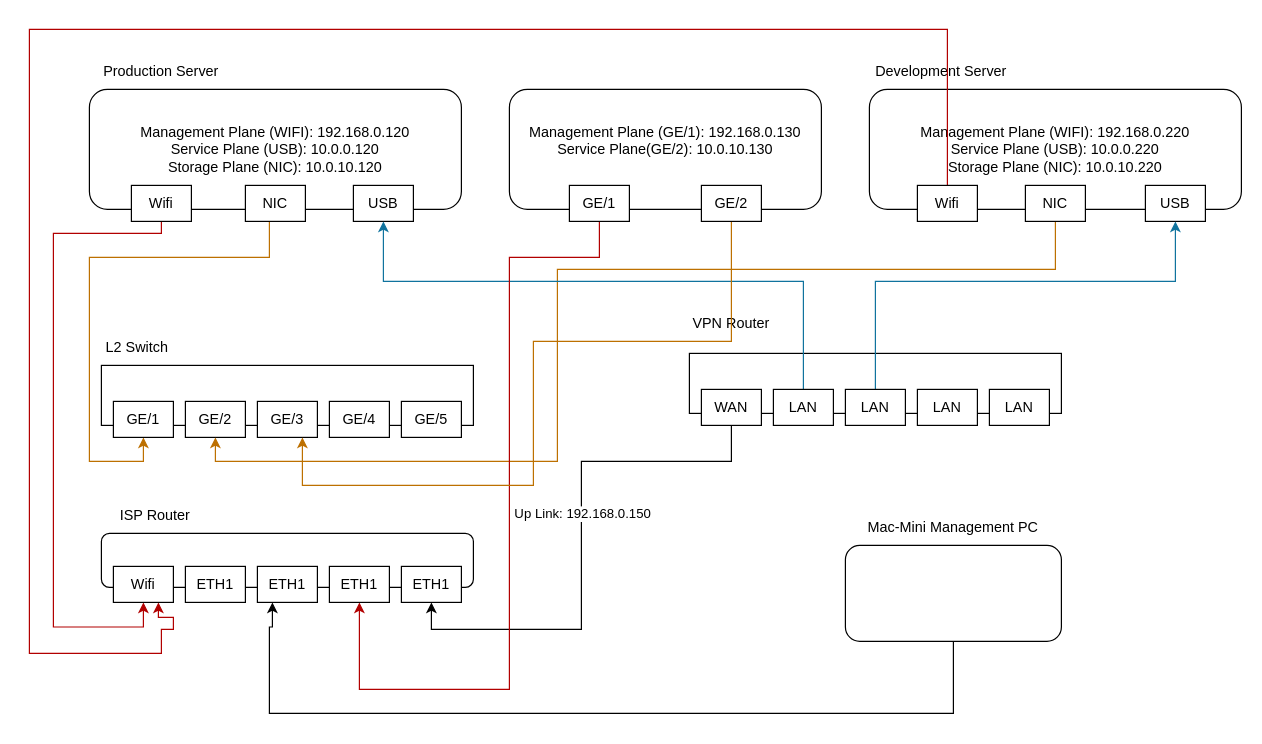
The draw.io diagram Untitled Diagram.drawio in mohamedsabry-dev/hybrid-cloud-infrastructure, before the edit. Source tidied: cells renumbered, new cells numbered last; positions are measured from the earlier drawing's top-left corner, leaving out a move shared by most shapes. Both pictures are drawn from the tidied source at 120%, with x=0, y=0 at pixel (29, 29).
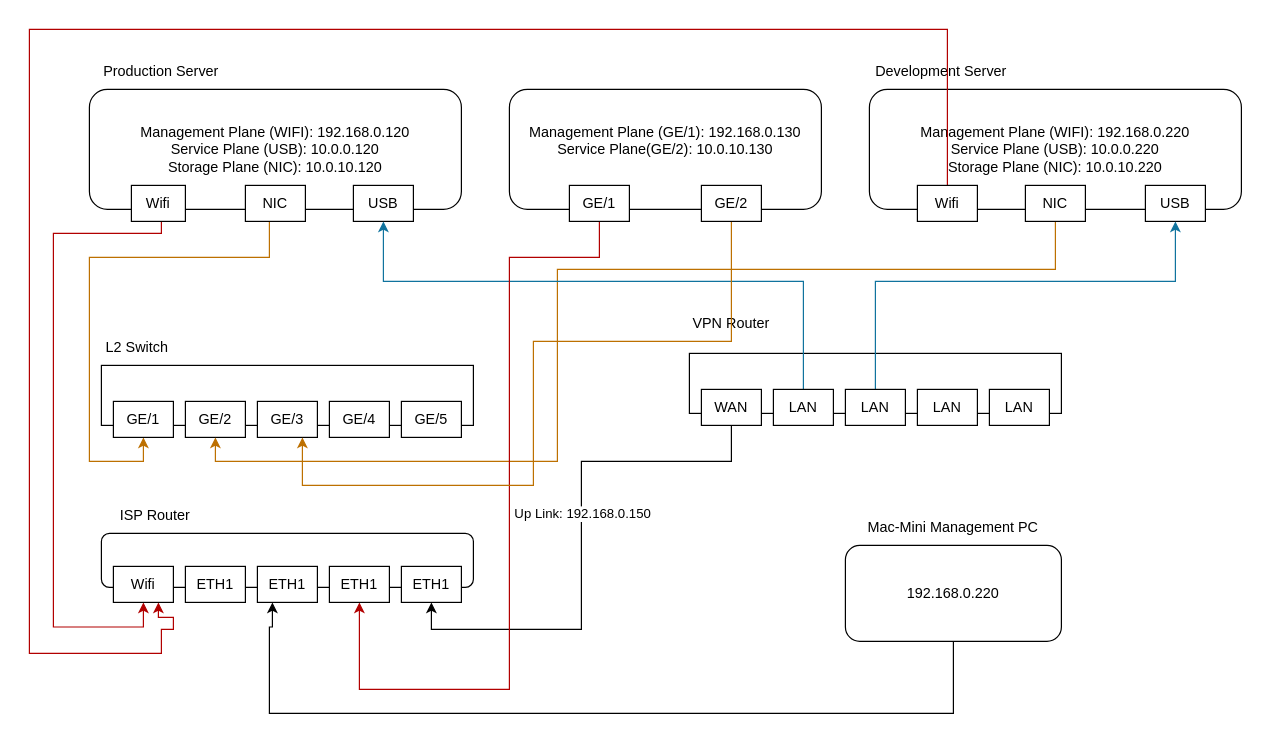
The same diagram, later.

Change to the diagram source:
```diff
@@
     <mxCell id="5" value="Wifi" style="rounded=0;whiteSpace=wrap;html=1;" parent="1" vertex="1">
-      <mxGeometry x="85" y="130" width="50" height="30" as="geometry" />
+      <mxGeometry x="85" y="130" width="45" height="30" as="geometry" />
     </mxCell>
@@
-    <mxCell id="42" style="rounded=1;whiteSpace=wrap;html=1;" parent="1" vertex="1">
+    <mxCell id="42" value="192.168.0.220" style="rounded=1;whiteSpace=wrap;html=1;" parent="1" vertex="1">
       <mxGeometry x="680" y="430" width="180" height="80" as="geometry" />
     </mxCell>
```
